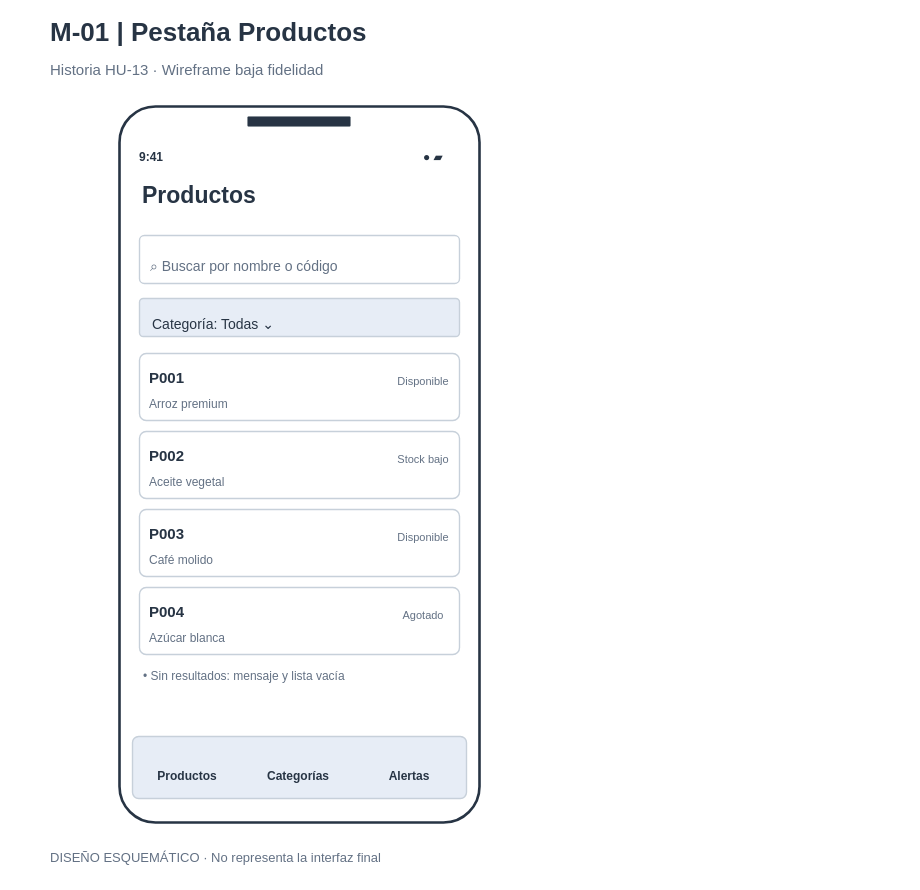
FactoryLabSV/Proyecto-final-dam-frameworks-agiles keeps this draw.io diagram as page "M-01" (2 of 8) of 01-Documentacion/Wireframes/App/T03_Wireframes_y_Mapa.drawio. Above is the earlier version. Source tidied: cells renumbered, new cells numbered last; positions are measured from the earlier drawing's top-left corner, leaving out a move shared by most shapes. Both pictures are drawn from the tidied source at 100%, with x=0, y=0 at pixel (17, 17).
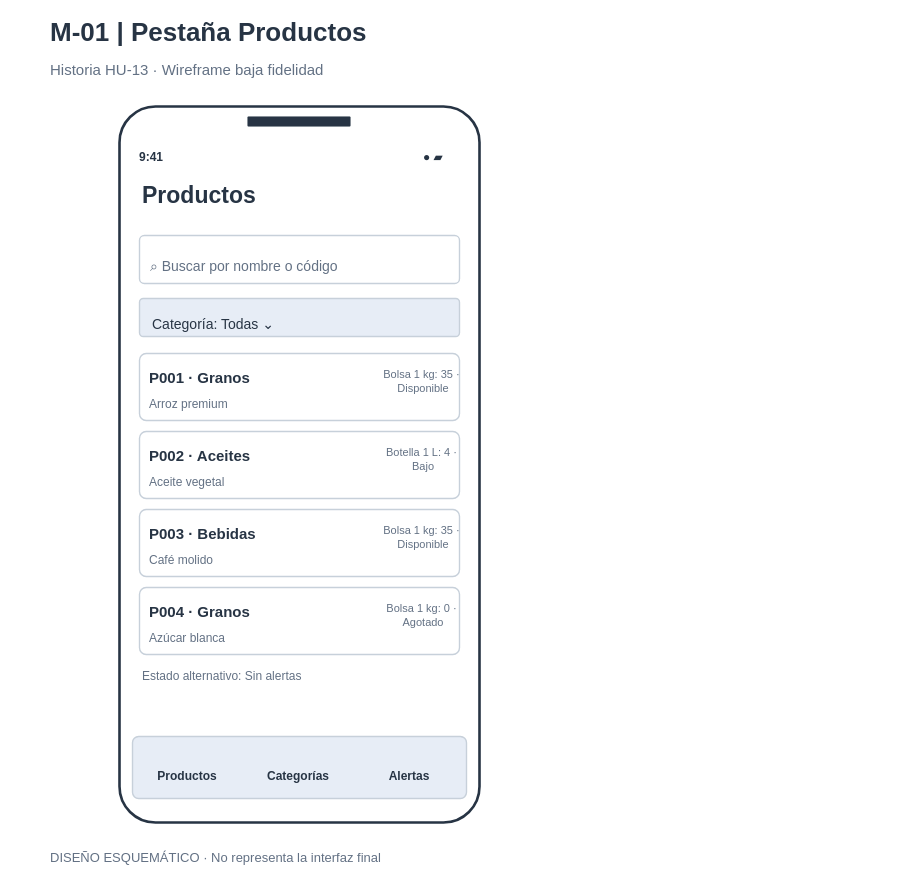
After the change.

Change to the diagram source:
```diff
@@
-    <mxCell id="15" value="P001 " style="text;html=1;whiteSpace=wrap;strokeColor=none;fillColor=none;align=left;verticalAlign=middle;fontSize=15;fontStyle=1;fontColor=#273444;spacing=0;" parent="1" vertex="1">
+    <mxCell id="15" value="P001 · Granos" style="text;html=1;whiteSpace=wrap;strokeColor=none;fillColor=none;align=left;verticalAlign=middle;fontSize=15;fontStyle=1;fontColor=#273444;spacing=0;" parent="1" vertex="1">
       <mxGeometry x="132" y="345" width="480" height="30" as="geometry" />
     </mxCell>
@@
-    <mxCell id="17" value="Disponible" style="text;html=1;whiteSpace=wrap;strokeColor=none;fillColor=none;align=center;verticalAlign=middle;fontSize=11;fontStyle=0;fontColor=#637184;spacing=0;" parent="1" vertex="1">
+    <mxCell id="17" value="Bolsa 1 kg: 35 ·&amp;nbsp;&lt;div&gt;Disponible&lt;/div&gt;" style="text;html=1;whiteSpace=wrap;strokeColor=none;fillColor=none;align=center;verticalAlign=middle;fontSize=11;fontStyle=0;fontColor=#637184;spacing=0;" parent="1" vertex="1">
       <mxGeometry x="236" y="349" width="340" height="30" as="geometry" />
     </mxCell>
@@
-    <mxCell id="19" value="P002 " style="text;html=1;whiteSpace=wrap;strokeColor=none;fillColor=none;align=left;verticalAlign=middle;fontSize=15;fontStyle=1;fontColor=#273444;spacing=0;" parent="1" vertex="1">
+    <mxCell id="19" value="P002 · Aceites" style="text;html=1;whiteSpace=wrap;strokeColor=none;fillColor=none;align=left;verticalAlign=middle;fontSize=15;fontStyle=1;fontColor=#273444;spacing=0;" parent="1" vertex="1">
       <mxGeometry x="132" y="423" width="480" height="30" as="geometry" />
     </mxCell>
@@
-    <mxCell id="21" value="Stock bajo" style="text;html=1;whiteSpace=wrap;strokeColor=none;fillColor=none;align=center;verticalAlign=middle;fontSize=11;fontStyle=0;fontColor=#637184;spacing=0;" parent="1" vertex="1">
+    <mxCell id="21" value="Botella 1 L: 4 ·&amp;nbsp;&lt;div&gt;Bajo&lt;/div&gt;" style="text;html=1;whiteSpace=wrap;strokeColor=none;fillColor=none;align=center;verticalAlign=middle;fontSize=11;fontStyle=0;fontColor=#637184;spacing=0;" parent="1" vertex="1">
       <mxGeometry x="236" y="427" width="340" height="30" as="geometry" />
     </mxCell>
@@
-    <mxCell id="23" value="P003 " style="text;html=1;whiteSpace=wrap;strokeColor=none;fillColor=none;align=left;verticalAlign=middle;fontSize=15;fontStyle=1;fontColor=#273444;spacing=0;" parent="1" vertex="1">
+    <mxCell id="23" value="P003 · Bebidas" style="text;html=1;whiteSpace=wrap;strokeColor=none;fillColor=none;align=left;verticalAlign=middle;fontSize=15;fontStyle=1;fontColor=#273444;spacing=0;" parent="1" vertex="1">
       <mxGeometry x="132" y="501" width="480" height="30" as="geometry" />
     </mxCell>
@@
-    <mxCell id="25" value="Disponible" style="text;html=1;whiteSpace=wrap;strokeColor=none;fillColor=none;align=center;verticalAlign=middle;fontSize=11;fontStyle=0;fontColor=#637184;spacing=0;" parent="1" vertex="1">
+    <mxCell id="25" value="Bolsa 1 kg: 35 ·&amp;nbsp;&lt;div&gt;Disponible&lt;/div&gt;" style="text;html=1;whiteSpace=wrap;strokeColor=none;fillColor=none;align=center;verticalAlign=middle;fontSize=11;fontStyle=0;fontColor=#637184;spacing=0;" parent="1" vertex="1">
       <mxGeometry x="236" y="505" width="340" height="30" as="geometry" />
     </mxCell>
@@
-    <mxCell id="27" value="P004 " style="text;html=1;whiteSpace=wrap;strokeColor=none;fillColor=none;align=left;verticalAlign=middle;fontSize=15;fontStyle=1;fontColor=#273444;spacing=0;" parent="1" vertex="1">
+    <mxCell id="27" value="P004 · Granos" style="text;html=1;whiteSpace=wrap;strokeColor=none;fillColor=none;align=left;verticalAlign=middle;fontSize=15;fontStyle=1;fontColor=#273444;spacing=0;" parent="1" vertex="1">
       <mxGeometry x="132" y="579" width="480" height="30" as="geometry" />
     </mxCell>
@@
-    <mxCell id="29" value="Agotado" style="text;html=1;whiteSpace=wrap;strokeColor=none;fillColor=none;align=center;verticalAlign=middle;fontSize=11;fontStyle=0;fontColor=#637184;spacing=0;" parent="1" vertex="1">
+    <mxCell id="29" value="Bolsa 1 kg: 0 ·&amp;nbsp;&lt;div&gt;Agotado&lt;/div&gt;" style="text;html=1;whiteSpace=wrap;strokeColor=none;fillColor=none;align=center;verticalAlign=middle;fontSize=11;fontStyle=0;fontColor=#637184;spacing=0;" parent="1" vertex="1">
       <mxGeometry x="236" y="583" width="340" height="30" as="geometry" />
     </mxCell>
-    <mxCell id="30" value="• Sin resultados: mensaje y lista vacía" style="text;html=1;whiteSpace=wrap;strokeColor=none;fillColor=none;align=left;verticalAlign=middle;fontSize=12;fontStyle=0;fontColor=#637184;spacing=0;" parent="1" vertex="1">
-      <mxGeometry x="126" y="644" width="480" height="30" as="geometry" />
+    <mxCell id="30" value="Estado alternativo: Sin alertas" style="text;html=1;whiteSpace=wrap;strokeColor=none;fillColor=none;align=left;verticalAlign=middle;fontSize=12;fontStyle=0;fontColor=#637184;spacing=0;" parent="1" vertex="1">
+      <mxGeometry x="125" y="644" width="480" height="30" as="geometry" />
     </mxCell>
```
